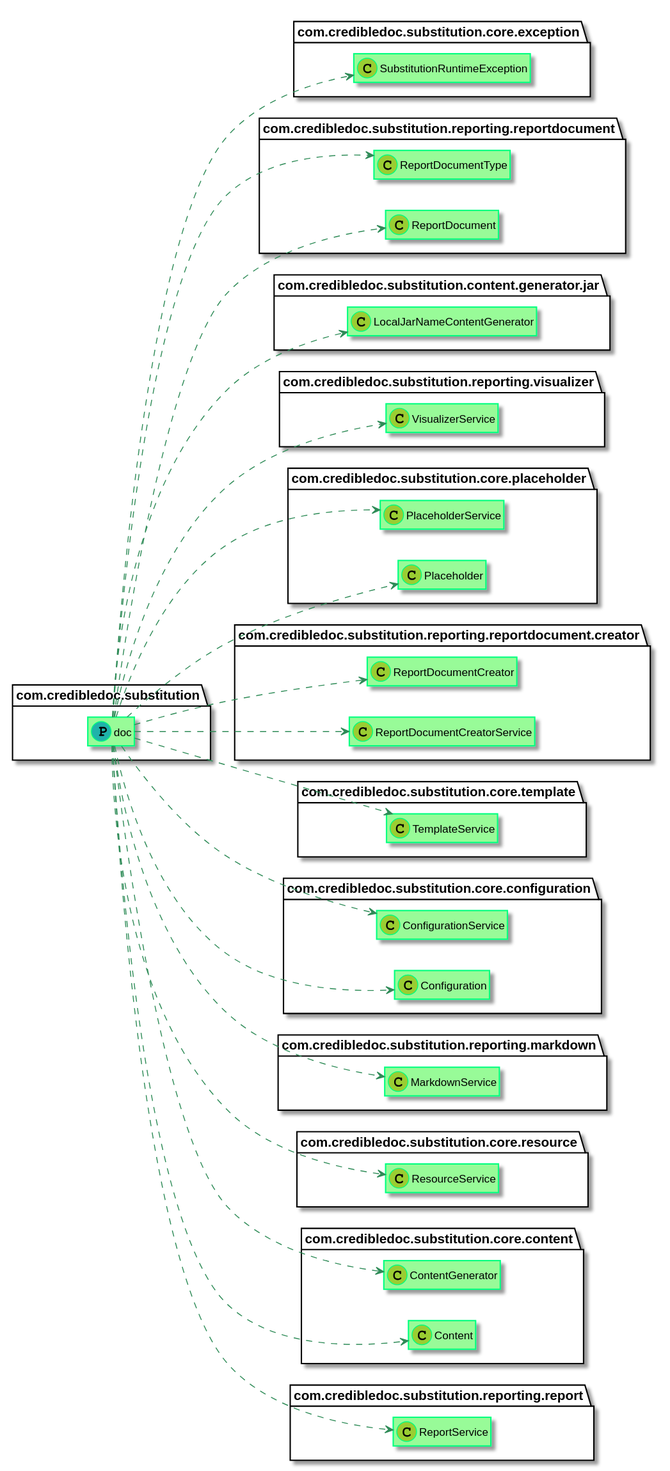
This is substitution/substitution-doc/doc/img/diagrams.md_5.svg from credibledoc/credible-doc, a PlantUML export, as it was before one commit.
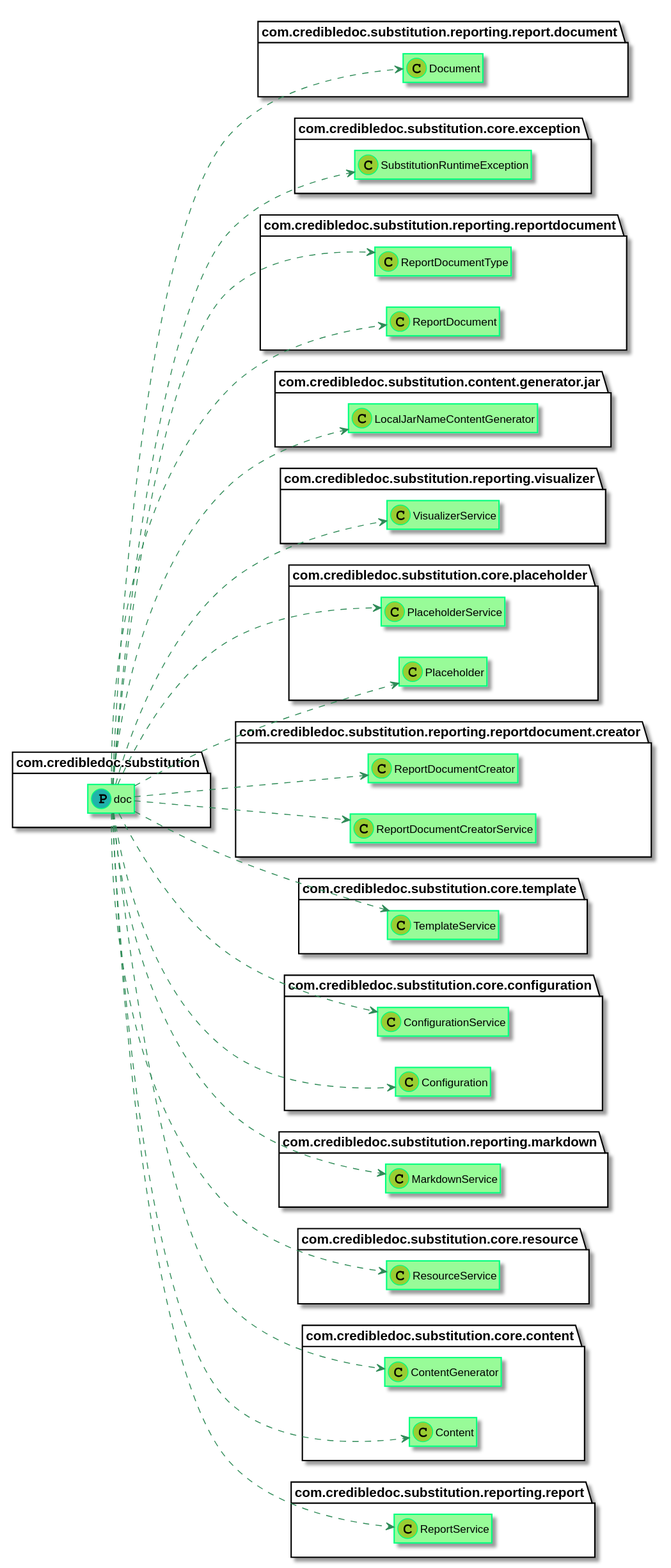
The same file after the commit.

The edit, as a diff of the source:
```diff
@@ -9,6 +9,7 @@
 }
 
 Class com.credibledoc.substitution.doc << (P,LightSeaGreen) >>
+Class com.credibledoc.substitution.reporting.report.document.Document << (C,YellowGreen) >>
 Class com.credibledoc.substitution.core.exception.SubstitutionRuntimeException << (C,YellowGreen) >>
 Class com.credibledoc.substitution.reporting.reportdocument.ReportDocumentType << (C,YellowGreen) >>
 Class com.credibledoc.substitution.content.generator.jar.LocalJarNameContentGenerator << (C,YellowGreen) >>
@@ -29,6 +30,7 @@
 com.credibledoc.substitution.doc ..> com.credibledoc.substitution.core.configuration.ConfigurationService
 com.credibledoc.substitution.doc ..> com.credibledoc.substitution.content.generator.jar.LocalJarNameContentGenerator
 com.credibledoc.substitution.doc ..> com.credibledoc.substitution.reporting.markdown.MarkdownService
+com.credibledoc.substitution.doc ..> com.credibledoc.substitution.reporting.report.document.Document
 com.credibledoc.substitution.doc ..> com.credibledoc.substitution.reporting.report.ReportService
 com.credibledoc.substitution.doc ..> com.credibledoc.substitution.reporting.reportdocument.ReportDocumentType
 com.credibledoc.substitution.doc ..> com.credibledoc.substitution.core.placeholder.PlaceholderService
```
